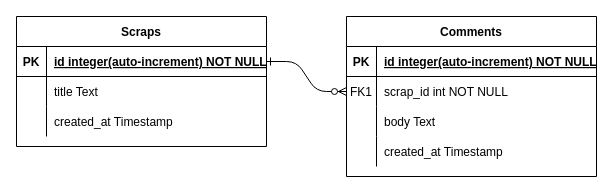
Earlier version of the draw.io diagram scrap-app.drawio (m-narin/scrap-app). Source tidied: cells renumbered, new cells numbered last; positions are measured from the earlier drawing's top-left corner, leaving out a move shared by most shapes. Both pictures are drawn from the tidied source at 100%, with x=0, y=0 at pixel (16, 16).
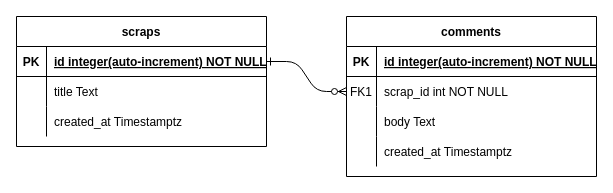
The same page after the edit.

Commit message:
draw.ioでテーブル設計

Unchanged cells that the change refers to:
```xml
<mxCell id="13" style="shape=partialRectangle;fillColor=none;top=0;left=0;right=0;bottom=0;" parent="3" vertex="1">
  <mxGeometry y="120" width="250" height="30" as="geometry" />
</mxCell>
<mxCell id="23" style="shape=partialRectangle;fillColor=none;top=0;left=0;right=0;bottom=0;" parent="16" vertex="1">
  <mxGeometry y="90" width="250" height="30" as="geometry" />
</mxCell>
```

What changed in the source:
```diff
@@
-    <mxCell id="3" value="Comments" style="shape=table;startSize=30;childLayout=tableLayout;rowLines=0;fontStyle=1;align=center;" parent="1" vertex="1">
+    <mxCell id="3" value="comments" style="shape=table;startSize=30;childLayout=tableLayout;rowLines=0;fontStyle=1;align=center;" parent="1" vertex="1">
       <mxGeometry x="330" width="250" height="160" as="geometry" />
     </mxCell>
@@
-    <mxCell id="15" value="created_at Timestamp" style="shape=partialRectangle;overflow=hidden;fillColor=none;top=0;left=0;bottom=0;right=0;align=left;spacingLeft=6;" parent="13" vertex="1">
+    <mxCell id="15" value="created_at Timestamptz" style="shape=partialRectangle;overflow=hidden;fillColor=none;top=0;left=0;bottom=0;right=0;align=left;spacingLeft=6;" parent="13" vertex="1">
       <mxGeometry x="30" width="220" height="30" as="geometry" />
     </mxCell>
-    <mxCell id="16" value="Scraps" style="shape=table;startSize=30;childLayout=tableLayout;rowLines=0;fontStyle=1;align=center;" parent="1" vertex="1">
+    <mxCell id="16" value="scraps" style="shape=table;startSize=30;childLayout=tableLayout;rowLines=0;fontStyle=1;align=center;" parent="1" vertex="1">
       <mxGeometry width="250" height="130" as="geometry" />
     </mxCell>
@@
-    <mxCell id="25" value="created_at Timestamp" style="shape=partialRectangle;overflow=hidden;fillColor=none;top=0;left=0;bottom=0;right=0;align=left;spacingLeft=6;" parent="23" vertex="1">
+    <mxCell id="25" value="created_at Timestamptz" style="shape=partialRectangle;overflow=hidden;fillColor=none;top=0;left=0;bottom=0;right=0;align=left;spacingLeft=6;" parent="23" vertex="1">
       <mxGeometry x="30" width="220" height="30" as="geometry" />
     </mxCell>
```
